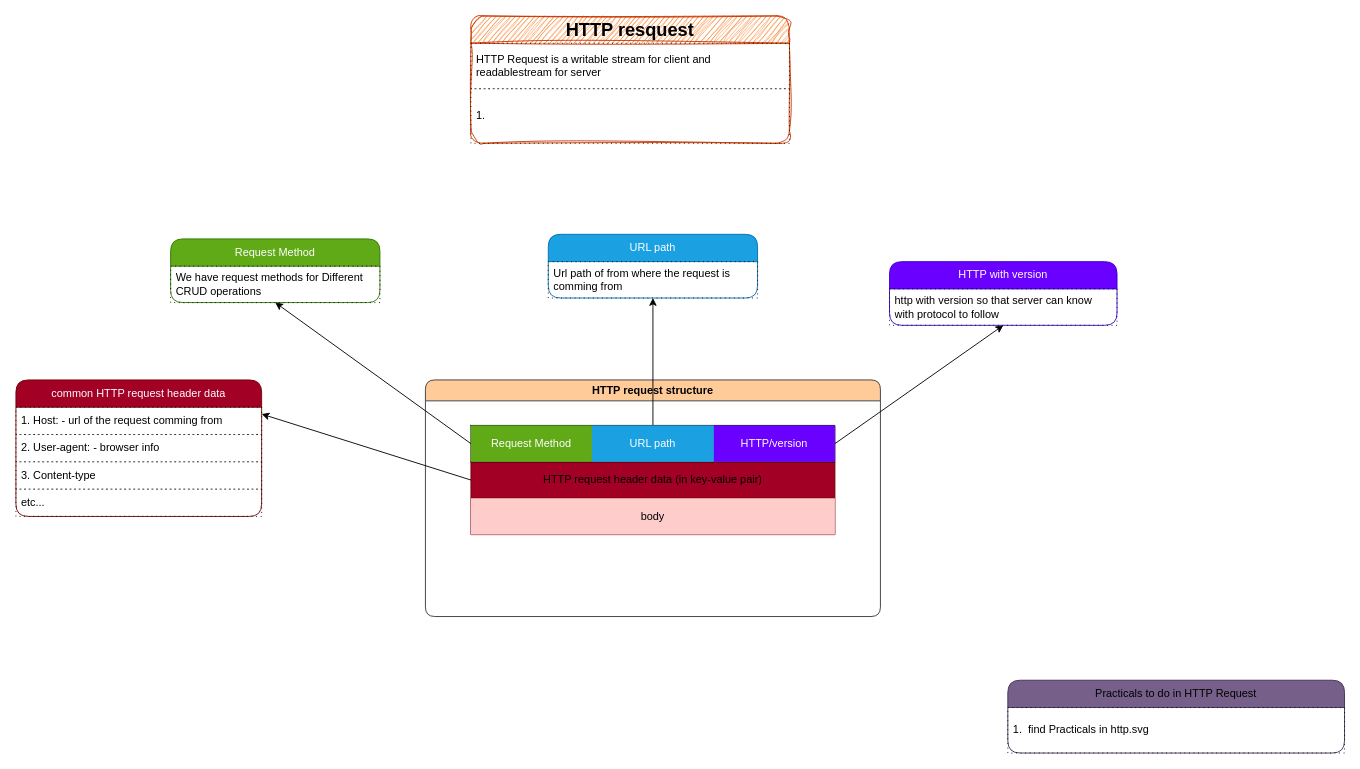
knkrn5/Programming-Concepts keeps this draw.io diagram as computer-networking/protocols/hypertext-transfer-protocol/http-req/httpreq.dio. Above is the earlier version. Source tidied: cells renumbered, new cells numbered last; positions are measured from the earlier drawing's top-left corner, leaving out a move shared by most shapes. Both pictures are drawn from the tidied source at 91%, with x=0, y=0 at pixel (15, 15).
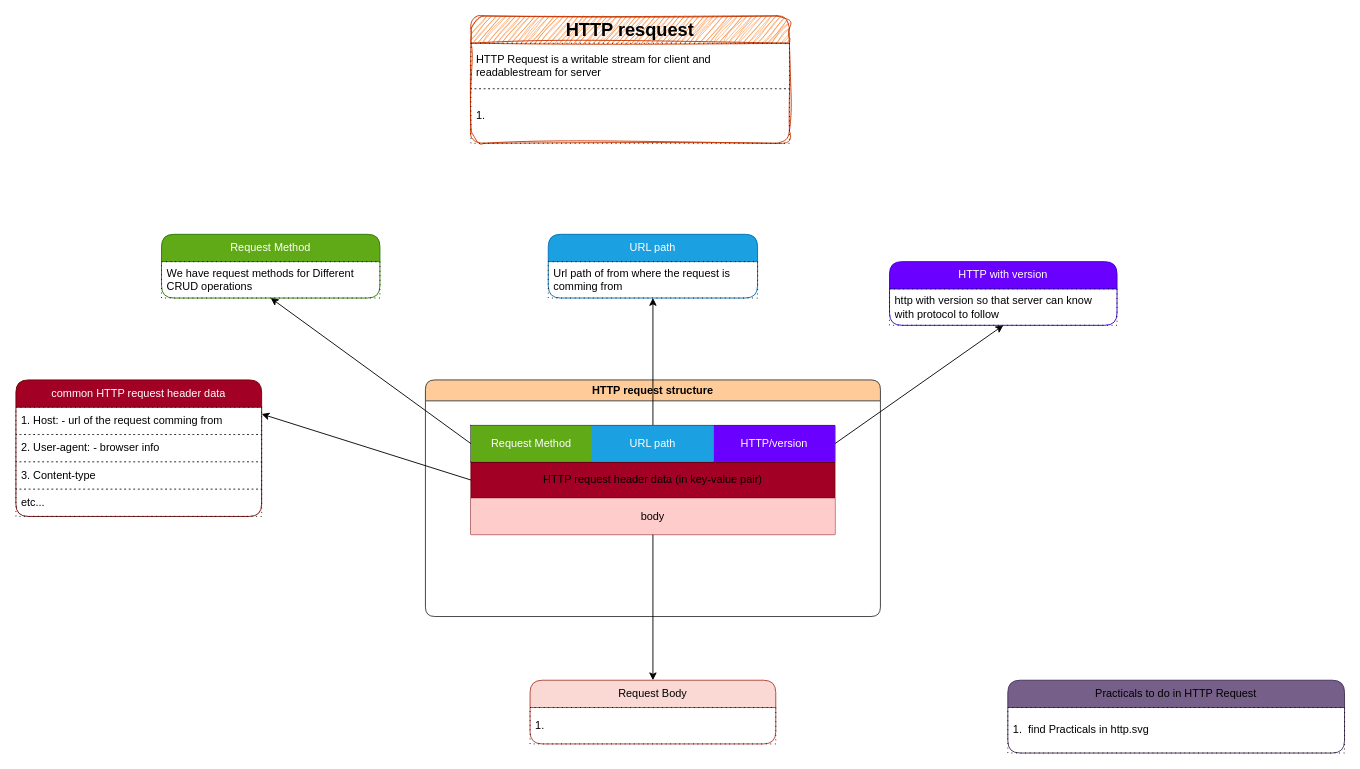
After the change.

The change refers to these unchanged cells:
```xml
<mxCell id="8" style="shape=table;startSize=0;childLayout=tableLayout;fillColor=#a20025;fontColor=#ffffff;strokeColor=#6F0000;" parent="7" vertex="1">
  <mxGeometry x="50" y="90" width="400" height="80" as="geometry" />
</mxCell>
```

What changed in the source:
```diff
@@
     <mxCell id="20" value="Request Method" style="swimlane;fontStyle=0;horizontal=1;startSize=30;whiteSpace=wrap;html=1;rounded=1;fillColor=#60a917;fontColor=#ffffff;strokeColor=#2D7600;" parent="1" vertex="1">
-      <mxGeometry x="170" y="245" width="230" height="70" as="geometry" />
+      <mxGeometry x="160" y="240" width="240" height="70" as="geometry" />
     </mxCell>
     <mxCell id="21" value="We have request methods for Different CRUD operations" style="text;strokeColor=default;fillColor=none;align=left;verticalAlign=middle;spacingLeft=4;spacingRight=4;overflow=hidden;whiteSpace=wrap;html=1;dashed=1;dashPattern=1 4;" parent="20" vertex="1">
-      <mxGeometry y="30" width="230" height="40" as="geometry" />
+      <mxGeometry y="30" width="240" height="40" as="geometry" />
     </mxCell>
+    <mxCell id="33" value="Request Body" style="swimlane;fontStyle=0;horizontal=1;startSize=30;whiteSpace=wrap;html=1;rounded=1;fillColor=#fad9d5;strokeColor=#ae4132;" parent="1" vertex="1">
+      <mxGeometry x="565" y="730" width="270" height="70" as="geometry" />
+    </mxCell>
+    <mxCell id="34" value="1." style="text;strokeColor=default;fillColor=none;align=left;verticalAlign=middle;spacingLeft=4;spacingRight=4;overflow=hidden;whiteSpace=wrap;html=1;dashed=1;dashPattern=1 4;" parent="33" vertex="1">
+      <mxGeometry y="30" width="270" height="40" as="geometry" />
+    </mxCell>
@@
+    <mxCell id="35" style="edgeStyle=none;html=1;exitX=0.5;exitY=1;exitDx=0;exitDy=0;entryX=0.5;entryY=0;entryDx=0;entryDy=0;flowAnimation=1;" parent="1" edge="1" source="8" target="33">
+      <mxGeometry relative="1" as="geometry" />
+    </mxCell>
```
